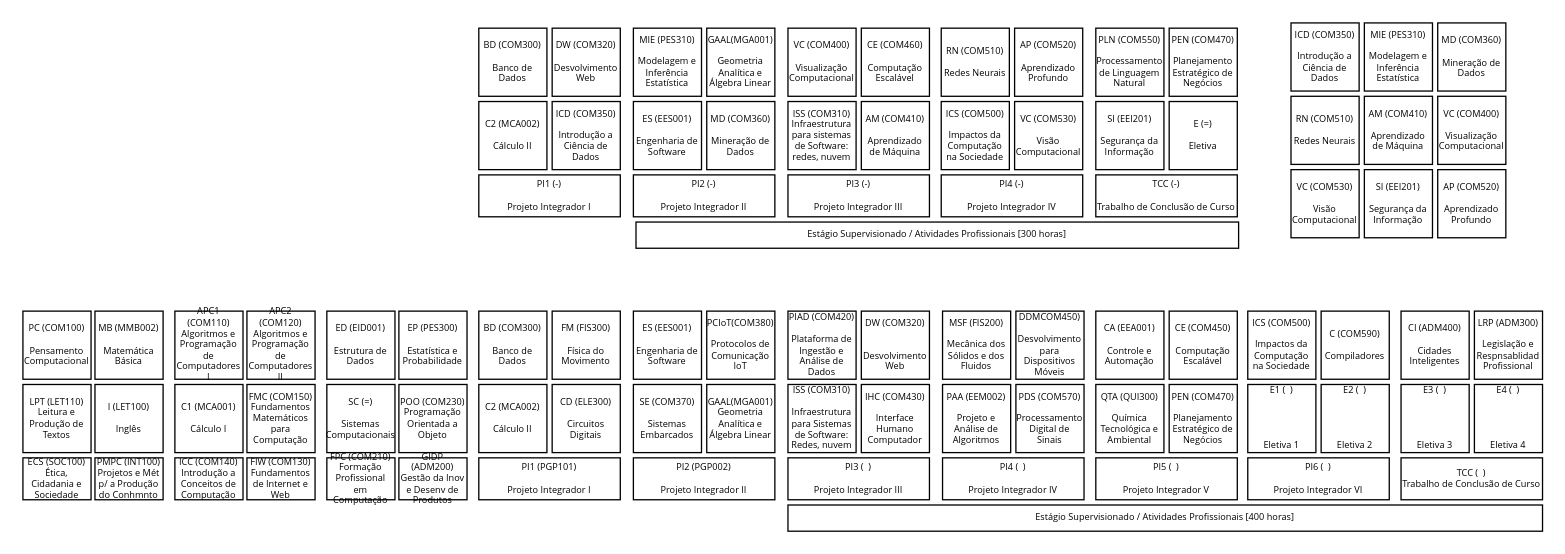
This is page "Página-1" (1 of 2) of Diagrama sem título.drawio from Adson360/Adson360, a draw.io file, before an edit. Source tidied: cells renumbered, new cells numbered last; positions are measured from the earlier drawing's top-left corner, leaving out a move shared by most shapes. Both pictures are drawn from the tidied source at 131%, with x=0, y=0 at pixel (22, 22).
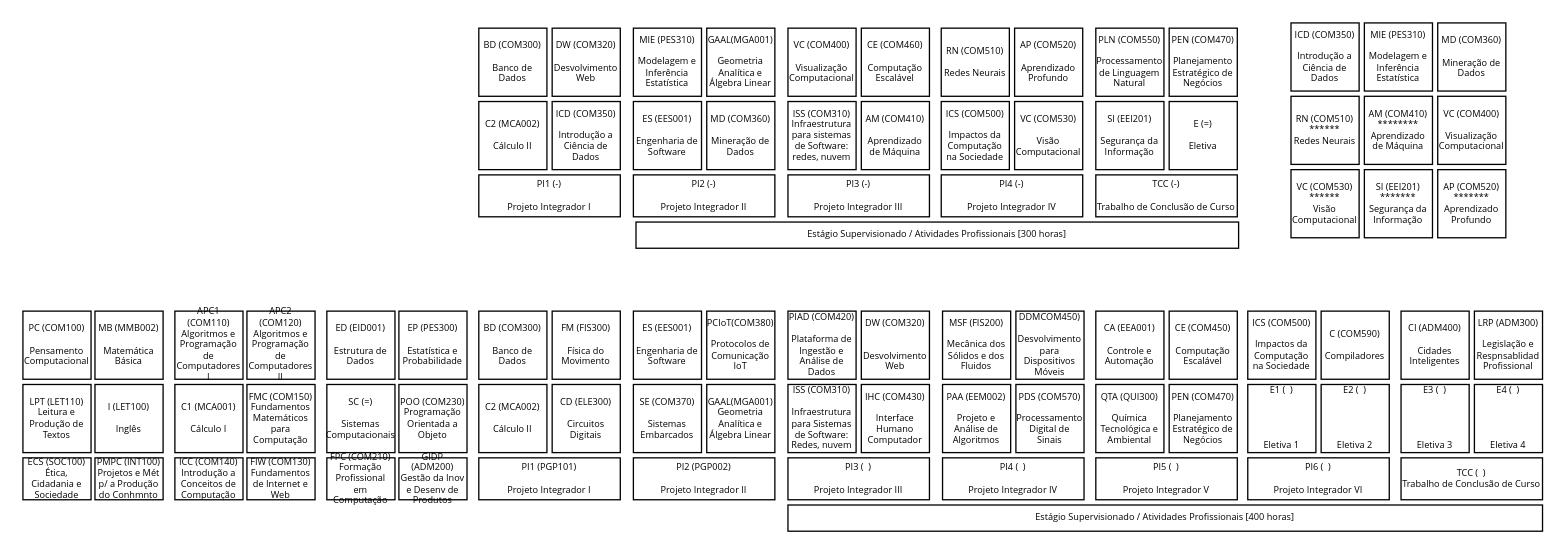
Above is the later version.

Unchanged cells that the change refers to:
```xml
<mxCell id="83" style="group;" parent="1" vertex="1">
  <mxGeometry x="968" width="164" height="164" as="geometry" />
</mxCell>
```

Change to the diagram source:
```diff
@@
-    <mxCell id="88" value="&lt;div style=&quot;font-size: 7px&quot;&gt;AM (COM410)&lt;/div&gt;&lt;div style=&quot;font-size: 7px&quot;&gt;&lt;br style=&quot;font-size: 7px&quot;&gt;&lt;/div&gt;&lt;div style=&quot;font-size: 7px&quot;&gt;Aprendizado de Máquina&lt;br style=&quot;font-size: 7px&quot;&gt;&lt;/div&gt;" style="rounded=0;whiteSpace=wrap;html=1;labelBorderColor=none;labelBackgroundColor=none;glass=0;fontSize=7;fontFamily=Segoe UI;" parent="83" vertex="1">
+    <mxCell id="88" value="&lt;div style=&quot;font-size: 7px&quot;&gt;AM (COM410)&lt;/div&gt;&lt;div style=&quot;font-size: 7px&quot;&gt;********&lt;br style=&quot;font-size: 7px&quot;&gt;&lt;/div&gt;&lt;div style=&quot;font-size: 7px&quot;&gt;Aprendizado de Máquina&lt;br style=&quot;font-size: 7px&quot;&gt;&lt;/div&gt;" style="rounded=0;whiteSpace=wrap;html=1;labelBorderColor=none;labelBackgroundColor=none;glass=0;fontSize=7;fontFamily=Segoe UI;" parent="83" vertex="1">
       <mxGeometry x="56" y="56" width="52" height="52" as="geometry" />
     </mxCell>
-    <mxCell id="89" value="&lt;div style=&quot;font-size: 7px&quot;&gt;RN (COM510)&lt;/div&gt;&lt;div style=&quot;font-size: 7px&quot;&gt;&lt;br style=&quot;font-size: 7px&quot;&gt;&lt;/div&gt;Redes Neurais" style="rounded=0;whiteSpace=wrap;html=1;labelBorderColor=none;labelBackgroundColor=none;glass=0;fontSize=7;fontFamily=Segoe UI;" parent="83" vertex="1">
+    <mxCell id="89" value="&lt;div style=&quot;font-size: 7px&quot;&gt;RN (COM510)&lt;/div&gt;&lt;div style=&quot;font-size: 7px&quot;&gt;******&lt;br style=&quot;font-size: 7px&quot;&gt;&lt;/div&gt;Redes Neurais" style="rounded=0;whiteSpace=wrap;html=1;labelBorderColor=none;labelBackgroundColor=none;glass=0;fontSize=7;fontFamily=Segoe UI;" parent="83" vertex="1">
       <mxGeometry y="56" width="52" height="52" as="geometry" />
     </mxCell>
-    <mxCell id="90" value="&lt;div style=&quot;font-size: 7px&quot;&gt;AP (COM520)&lt;/div&gt;&lt;div style=&quot;font-size: 7px&quot;&gt;&lt;br style=&quot;font-size: 7px&quot;&gt;&lt;/div&gt;&lt;div style=&quot;font-size: 7px&quot;&gt;Aprendizado Profundo&lt;br style=&quot;font-size: 7px&quot;&gt;&lt;/div&gt;" style="rounded=0;whiteSpace=wrap;html=1;labelBorderColor=none;labelBackgroundColor=none;glass=0;fontSize=7;fontFamily=Segoe UI;" parent="83" vertex="1">
+    <mxCell id="90" value="&lt;div style=&quot;font-size: 7px&quot;&gt;AP (COM520)&lt;/div&gt;&lt;div style=&quot;font-size: 7px&quot;&gt;*******&lt;br style=&quot;font-size: 7px&quot;&gt;&lt;/div&gt;&lt;div style=&quot;font-size: 7px&quot;&gt;Aprendizado Profundo&lt;br style=&quot;font-size: 7px&quot;&gt;&lt;/div&gt;" style="rounded=0;whiteSpace=wrap;html=1;labelBorderColor=none;labelBackgroundColor=none;glass=0;fontSize=7;fontFamily=Segoe UI;" parent="83" vertex="1">
       <mxGeometry x="112" y="112" width="52" height="52" as="geometry" />
     </mxCell>
-    <mxCell id="91" value="&lt;div style=&quot;font-size: 7px&quot;&gt;SI (EEI201)&lt;/div&gt;&lt;div style=&quot;font-size: 7px&quot;&gt;&lt;br style=&quot;font-size: 7px&quot;&gt;&lt;/div&gt;&lt;div style=&quot;font-size: 7px&quot;&gt;Segurança da Informação&lt;br style=&quot;font-size: 7px&quot;&gt;&lt;/div&gt;" style="rounded=0;whiteSpace=wrap;html=1;labelBorderColor=none;labelBackgroundColor=none;glass=0;fontSize=7;fontFamily=Segoe UI;" parent="83" vertex="1">
+    <mxCell id="91" value="&lt;div style=&quot;font-size: 7px&quot;&gt;SI (EEI201)&lt;/div&gt;&lt;div style=&quot;font-size: 7px&quot;&gt;*******&lt;br style=&quot;font-size: 7px&quot;&gt;&lt;/div&gt;&lt;div style=&quot;font-size: 7px&quot;&gt;Segurança da Informação&lt;br style=&quot;font-size: 7px&quot;&gt;&lt;/div&gt;" style="rounded=0;whiteSpace=wrap;html=1;labelBorderColor=none;labelBackgroundColor=none;glass=0;fontSize=7;fontFamily=Segoe UI;" parent="83" vertex="1">
       <mxGeometry x="56" y="112" width="52" height="52" as="geometry" />
     </mxCell>
-    <mxCell id="92" value="&lt;div style=&quot;font-size: 7px&quot;&gt;VC (COM530)&lt;/div&gt;&lt;div style=&quot;font-size: 7px&quot;&gt;&lt;br style=&quot;font-size: 7px&quot;&gt;&lt;/div&gt;&lt;div style=&quot;font-size: 7px&quot;&gt;Visão Computacional&lt;br style=&quot;font-size: 7px&quot;&gt;&lt;/div&gt;" style="rounded=0;whiteSpace=wrap;html=1;labelBorderColor=none;labelBackgroundColor=none;glass=0;fontSize=7;fontFamily=Segoe UI;" parent="83" vertex="1">
+    <mxCell id="92" value="&lt;div style=&quot;font-size: 7px&quot;&gt;VC (COM530)&lt;/div&gt;&lt;div style=&quot;font-size: 7px&quot;&gt;******&lt;br style=&quot;font-size: 7px&quot;&gt;&lt;/div&gt;&lt;div style=&quot;font-size: 7px&quot;&gt;Visão Computacional&lt;br style=&quot;font-size: 7px&quot;&gt;&lt;/div&gt;" style="rounded=0;whiteSpace=wrap;html=1;labelBorderColor=none;labelBackgroundColor=none;glass=0;fontSize=7;fontFamily=Segoe UI;" parent="83" vertex="1">
       <mxGeometry y="112" width="52" height="52" as="geometry" />
     </mxCell>
```
